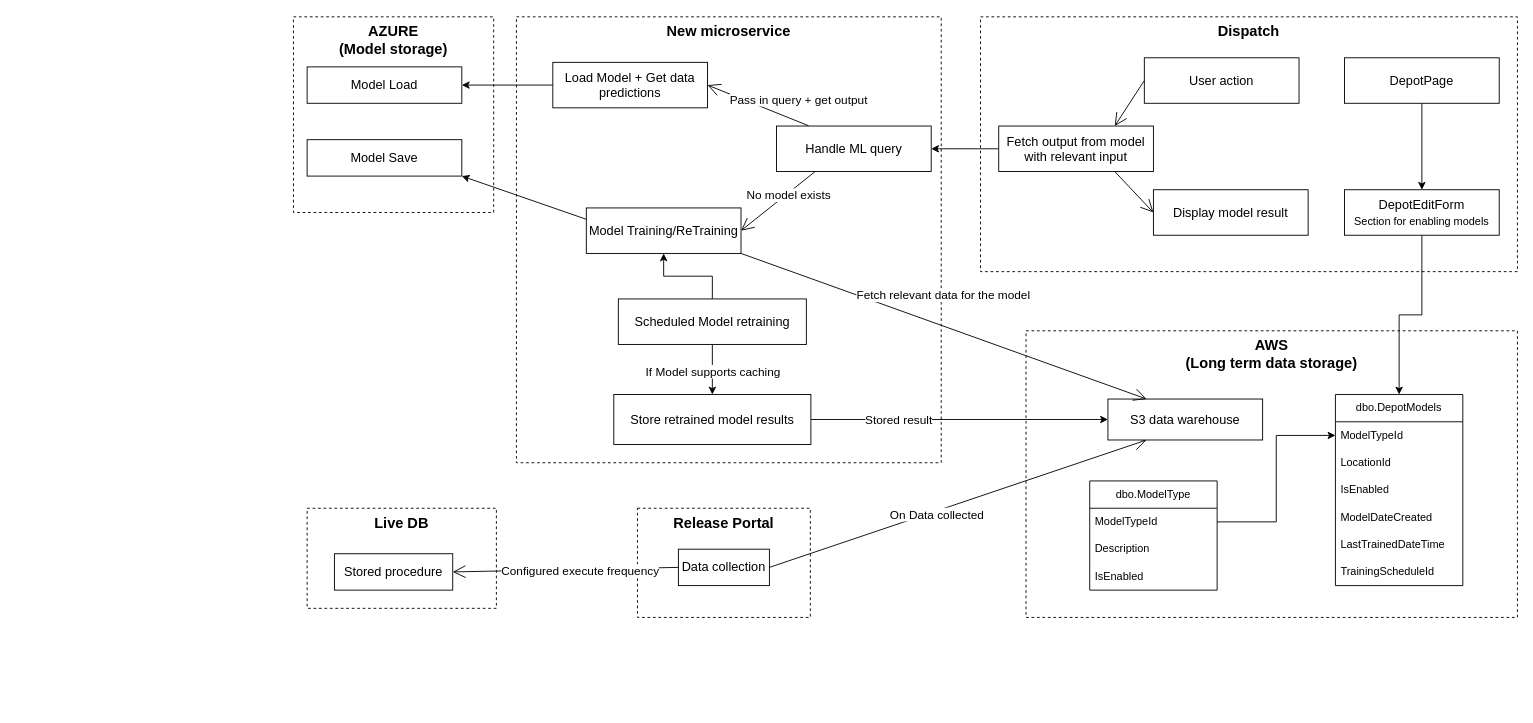
Above: ML model workflow.drawio in gbates-e2open/drawioFiles (draw.io), before the change. Source tidied: cells renumbered, new cells numbered last; positions are measured from the earlier drawing's top-left corner, leaving out a move shared by most shapes. Both pictures are drawn from the tidied source at 91%, with x=0, y=0 at pixel (293, 16).
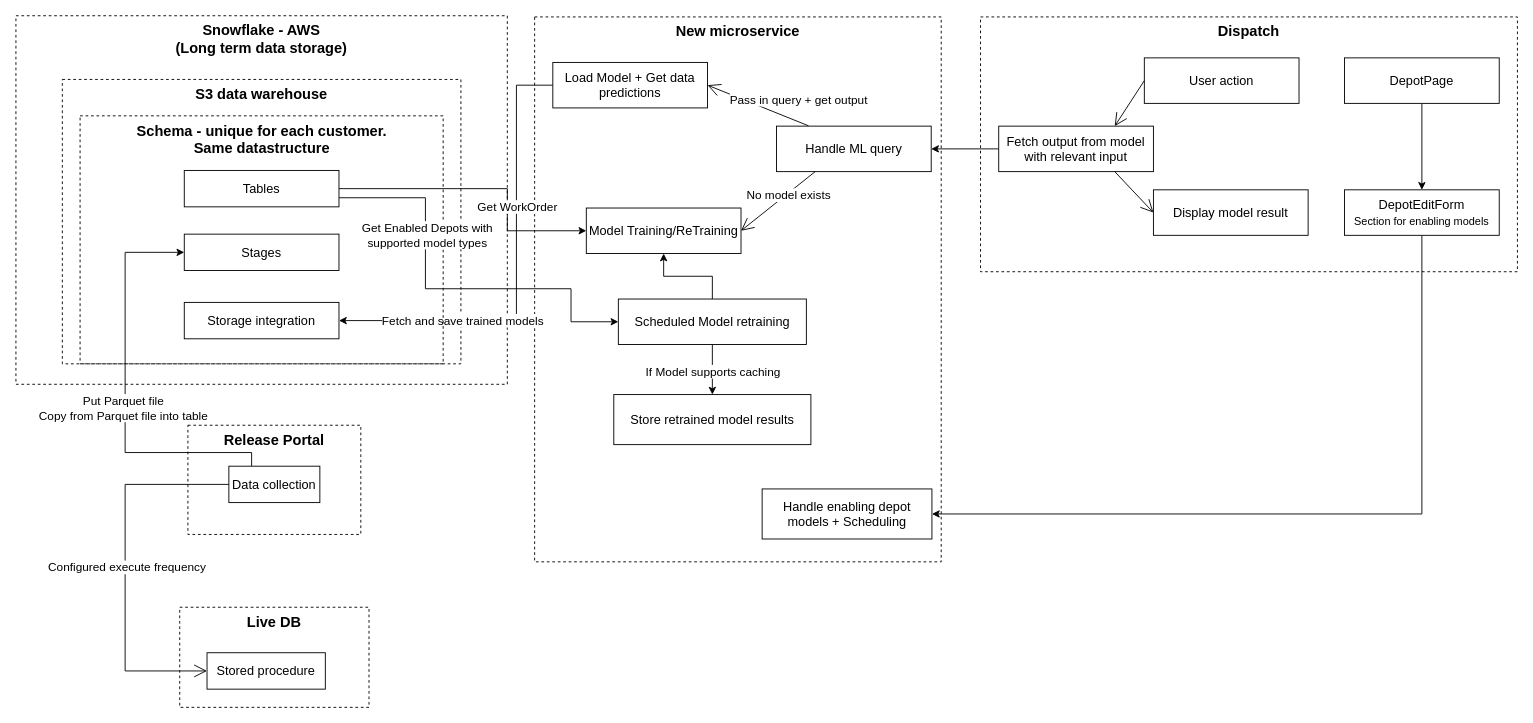
The same page after the edit.

Change to the diagram source:
```diff
@@
     <mxCell id="2" value="&lt;font style=&quot;font-size: 16px;&quot;&gt;&lt;b&gt;New microservice&lt;/b&gt;&lt;/font&gt;" style="html=1;whiteSpace=wrap;dashed=1;gradientColor=default;fillColor=none;labelPosition=center;verticalLabelPosition=middle;align=center;verticalAlign=top;" parent="1" vertex="1">
-      <mxGeometry x="245" width="466.8" height="490" as="geometry" />
+      <mxGeometry x="265" y="0.1" width="446.8" height="598.8" as="geometry" />
     </mxCell>
     <mxCell id="3" value="&lt;span style=&quot;font-size: 16px;&quot;&gt;&lt;b&gt;Dispatch&lt;/b&gt;&lt;/span&gt;" style="html=1;whiteSpace=wrap;dashed=1;gradientColor=default;fillColor=none;labelPosition=center;verticalLabelPosition=middle;align=center;verticalAlign=top;" parent="1" vertex="1">
-      <mxGeometry x="755" width="590" height="280" as="geometry" />
+      <mxGeometry x="755" y="0.1" width="590" height="280" as="geometry" />
     </mxCell>
     <mxCell id="4" value="&lt;font style=&quot;font-size: 16px;&quot;&gt;&lt;b&gt;Release Portal&lt;/b&gt;&lt;/font&gt;" style="html=1;whiteSpace=wrap;dashed=1;gradientColor=default;fillColor=none;labelPosition=center;verticalLabelPosition=middle;align=center;verticalAlign=top;" parent="1" vertex="1">
-      <mxGeometry x="378" y="540" width="190" height="120" as="geometry" />
+      <mxGeometry x="-116" y="448.8" width="190" height="120" as="geometry" />
     </mxCell>
+    <mxCell id="57" style="edgeStyle=orthogonalEdgeStyle;rounded=0;jettySize=auto;html=1;exitX=0.25;exitY=0;exitDx=0;exitDy=0;entryX=0;entryY=0.5;entryDx=0;entryDy=0;" parent="1" edge="1" source="5" target="68">
+      <mxGeometry relative="1" as="geometry">
+        <Array as="points">
+          <mxPoint x="-46" y="478.8" />
+          <mxPoint x="-185" y="478.8" />
+          <mxPoint x="-185" y="258.8" />
+        </Array>
+      </mxGeometry>
+    </mxCell>
+    <mxCell id="58" value="&lt;font style=&quot;font-size: 13px;&quot;&gt;Put Parquet file&lt;/font&gt;&lt;div&gt;&lt;font style=&quot;font-size: 13px;&quot;&gt;Copy from Parquet file into table&lt;/font&gt;&lt;/div&gt;" style="edgeLabel;html=1;align=center;verticalAlign=middle;" parent="57" vertex="1">
+      <mxGeometry x="-0.08" y="3" relative="1" as="geometry">
+        <mxPoint y="-1" as="offset" />
+      </mxGeometry>
+    </mxCell>
     <mxCell id="5" value="Data collection" style="whiteSpace=wrap;html=1;align=center;fontSize=14;" parent="1" vertex="1">
-      <mxGeometry x="423" y="585" width="100" height="40" as="geometry" />
+      <mxGeometry x="-71" y="493.8" width="100" height="40" as="geometry" />
     </mxCell>
     <mxCell id="6" value="&lt;span style=&quot;font-size: 16px;&quot;&gt;&lt;b&gt;Live DB&lt;/b&gt;&lt;/span&gt;" style="html=1;whiteSpace=wrap;dashed=1;gradientColor=default;fillColor=none;labelPosition=center;verticalLabelPosition=middle;align=center;verticalAlign=top;" parent="1" vertex="1">
-      <mxGeometry x="15" y="540" width="208" height="110" as="geometry" />
+      <mxGeometry x="-125" y="648.8" width="208" height="110" as="geometry" />
     </mxCell>
     <mxCell id="7" value="Stored procedure" style="whiteSpace=wrap;html=1;align=center;fontSize=14;" parent="1" vertex="1">
-      <mxGeometry x="45" y="590" width="130" height="40" as="geometry" />
+      <mxGeometry x="-95" y="698.8" width="130" height="40" as="geometry" />
     </mxCell>
-    <mxCell id="8" style="endArrow=open;endFill=1;endSize=12;html=1;rounded=0;exitX=0;exitY=0.5;exitDx=0;exitDy=0;entryX=1;entryY=0.5;entryDx=0;entryDy=0;" parent="1" edge="1" source="5" target="7">
-      <mxGeometry relative="1" as="geometry" />
+    <mxCell id="8" style="endArrow=open;endFill=1;endSize=12;html=1;rounded=0;entryX=0;entryY=0.5;entryDx=0;entryDy=0;" parent="1" edge="1" target="7">
+      <mxGeometry relative="1" as="geometry">
+        <mxPoint x="-71" y="513.8" as="sourcePoint" />
+        <Array as="points">
+          <mxPoint x="-185" y="513.8" />
+          <mxPoint x="-185" y="718.8" />
+        </Array>
+      </mxGeometry>
     </mxCell>
     <mxCell id="9" value="Configured execute frequency" style="edgeLabel;html=1;align=center;verticalAlign=middle;fontSize=13;" parent="8" vertex="1">
-      <mxGeometry x="-0.12" y="1" relative="1" as="geometry" />
+      <mxGeometry x="-0.12" y="1" relative="1" as="geometry">
+        <mxPoint y="25" as="offset" />
+      </mxGeometry>
     </mxCell>
-    <mxCell id="10" value="&lt;span style=&quot;font-size: 16px;&quot;&gt;&lt;b&gt;AWS&lt;br&gt;(Long term data storage)&lt;/b&gt;&lt;/span&gt;" style="html=1;whiteSpace=wrap;dashed=1;gradientColor=default;fillColor=none;labelPosition=center;verticalLabelPosition=middle;align=center;verticalAlign=top;" parent="1" vertex="1">
-      <mxGeometry x="805" y="345" width="540" height="315" as="geometry" />
+    <mxCell id="10" value="&lt;span style=&quot;font-size: 16px;&quot;&gt;&lt;b&gt;Snowflake - AWS&lt;br&gt;(Long term data storage)&lt;/b&gt;&lt;/span&gt;" style="html=1;whiteSpace=wrap;dashed=1;gradientColor=default;fillColor=none;labelPosition=center;verticalLabelPosition=middle;align=center;verticalAlign=top;" parent="1" vertex="1">
+      <mxGeometry x="-305" y="-1.2" width="540" height="405" as="geometry" />
     </mxCell>
-    <mxCell id="11" style="endArrow=open;endFill=1;endSize=12;html=1;rounded=0;exitX=1;exitY=0.5;exitDx=0;exitDy=0;entryX=0.25;entryY=1;entryDx=0;entryDy=0;" parent="1" edge="1" source="5" target="13">
-      <mxGeometry relative="1" as="geometry" />
-    </mxCell>
-    <mxCell id="12" value="On Data collected" style="edgeLabel;html=1;align=center;verticalAlign=middle;fontSize=13;" parent="11" vertex="1">
-      <mxGeometry x="-0.12" y="-3" relative="1" as="geometry" />
-    </mxCell>
-    <mxCell id="13" value="S3 data warehouse" style="whiteSpace=wrap;html=1;align=center;fontSize=14;" parent="1" vertex="1">
-      <mxGeometry x="895" y="420" width="170" height="45" as="geometry" />
+    <mxCell id="13" value="S3 data warehouse" style="whiteSpace=wrap;html=1;align=center;fontSize=16;dashed=1;fillColor=none;verticalAlign=top;fontStyle=1;" parent="1" vertex="1">
+      <mxGeometry x="-254" y="68.8" width="438" height="312.5" as="geometry" />
     </mxCell>
-    <mxCell id="14" style="rounded=0;jettySize=auto;html=1;exitX=0;exitY=0.25;exitDx=0;exitDy=0;entryX=1;entryY=1;entryDx=0;entryDy=0;" parent="1" edge="1" source="15" target="32">
-      <mxGeometry relative="1" as="geometry" />
-    </mxCell>
     <mxCell id="15" value="Model Training/ReTraining" style="whiteSpace=wrap;html=1;align=center;fontSize=14;" parent="1" vertex="1">
-      <mxGeometry x="321.8" y="210" width="170" height="50" as="geometry" />
+      <mxGeometry x="321.8" y="210.1" width="170" height="50" as="geometry" />
     </mxCell>
-    <mxCell id="16" style="endArrow=open;endFill=1;endSize=12;html=1;rounded=0;exitX=1;exitY=1;exitDx=0;exitDy=0;entryX=0.25;entryY=0;entryDx=0;entryDy=0;" parent="1" edge="1" source="15" target="13">
-      <mxGeometry relative="1" as="geometry" />
-    </mxCell>
-    <mxCell id="17" value="Fetch relevant data for the model" style="edgeLabel;html=1;align=center;verticalAlign=middle;fontSize=13;" parent="16" vertex="1">
-      <mxGeometry x="-0.12" y="-3" relative="1" as="geometry">
-        <mxPoint x="27" y="-28" as="offset" />
-      </mxGeometry>
-    </mxCell>
@@
     <mxCell id="19" value="Fetch output from model&lt;div&gt;with relevant input&lt;/div&gt;" style="whiteSpace=wrap;html=1;align=center;fontSize=14;" parent="1" vertex="1">
-      <mxGeometry x="775" y="120" width="170" height="50" as="geometry" />
+      <mxGeometry x="775" y="120.1" width="170" height="50" as="geometry" />
     </mxCell>
     <mxCell id="20" value="Handle ML query" style="whiteSpace=wrap;html=1;align=center;fontSize=14;" parent="1" vertex="1">
-      <mxGeometry x="530.8" y="120" width="170" height="50" as="geometry" />
+      <mxGeometry x="530.8" y="120.1" width="170" height="50" as="geometry" />
     </mxCell>
@@
-    <mxCell id="23" style="edgeStyle=orthogonalEdgeStyle;rounded=0;jettySize=auto;html=1;exitX=0;exitY=0.5;exitDx=0;exitDy=0;entryX=1;entryY=0.5;entryDx=0;entryDy=0;" parent="1" edge="1" source="24" target="33">
-      <mxGeometry relative="1" as="geometry" />
-    </mxCell>
+    <mxCell id="59" style="edgeStyle=orthogonalEdgeStyle;rounded=0;jettySize=auto;html=1;exitX=0;exitY=0.5;exitDx=0;exitDy=0;entryX=1;entryY=0.5;entryDx=0;entryDy=0;" parent="1" edge="1" source="24" target="69">
+      <mxGeometry relative="1" as="geometry">
+        <Array as="points">
+          <mxPoint x="245" y="74.8" />
+          <mxPoint x="245" y="333.8" />
+        </Array>
+      </mxGeometry>
+    </mxCell>
+    <mxCell id="60" value="&lt;font style=&quot;font-size: 13px;&quot;&gt;Fetch and save trained models&lt;/font&gt;" style="edgeLabel;html=1;align=center;verticalAlign=middle;" parent="59" vertex="1">
+      <mxGeometry x="0.06" relative="1" as="geometry">
+        <mxPoint x="-60" y="36" as="offset" />
+      </mxGeometry>
+    </mxCell>
     <mxCell id="24" value="Load Model + Get data predictions" style="whiteSpace=wrap;html=1;align=center;fontSize=14;" parent="1" vertex="1">
-      <mxGeometry x="285" y="50" width="170" height="50" as="geometry" />
+      <mxGeometry x="285" y="50.1" width="170" height="50" as="geometry" />
     </mxCell>
@@
     <mxCell id="27" value="User action" style="whiteSpace=wrap;html=1;align=center;fontSize=14;" parent="1" vertex="1">
-      <mxGeometry x="935" y="45" width="170" height="50" as="geometry" />
+      <mxGeometry x="935" y="45.1" width="170" height="50" as="geometry" />
     </mxCell>
@@
     <mxCell id="29" value="Display model result" style="whiteSpace=wrap;html=1;align=center;fontSize=14;" parent="1" vertex="1">
-      <mxGeometry x="945" y="190" width="170" height="50" as="geometry" />
+      <mxGeometry x="945" y="190.1" width="170" height="50" as="geometry" />
     </mxCell>
@@
-    <mxCell id="31" value="&lt;span style=&quot;font-size: 16px;&quot;&gt;&lt;b&gt;AZURE&lt;br&gt;(Model storage)&lt;/b&gt;&lt;/span&gt;" style="html=1;whiteSpace=wrap;dashed=1;gradientColor=default;fillColor=none;labelPosition=center;verticalLabelPosition=middle;align=center;verticalAlign=top;" parent="1" vertex="1">
-      <mxGeometry width="220" height="215" as="geometry" />
-    </mxCell>
-    <mxCell id="32" value="Model Save" style="whiteSpace=wrap;html=1;align=center;fontSize=14;" parent="1" vertex="1">
-      <mxGeometry x="15" y="135" width="170" height="40" as="geometry" />
-    </mxCell>
-    <mxCell id="33" value="Model Load" style="whiteSpace=wrap;html=1;align=center;fontSize=14;" parent="1" vertex="1">
-      <mxGeometry x="15" y="55" width="170" height="40" as="geometry" />
-    </mxCell>
-    <mxCell id="34" value="dbo.ModelType" style="swimlane;fontStyle=0;horizontal=1;startSize=30;whiteSpace=wrap;html=1;" parent="1" vertex="1">
-      <mxGeometry x="875" y="510" width="140" height="120" as="geometry" />
-    </mxCell>
-    <mxCell id="35" value="ModelTypeId" style="text;strokeColor=none;fillColor=none;align=left;verticalAlign=middle;spacingLeft=4;spacingRight=4;overflow=hidden;points=[[0,0.5],[1,0.5]];portConstraint=eastwest;whiteSpace=wrap;html=1;" parent="34" vertex="1">
-      <mxGeometry y="30" width="140" height="30" as="geometry" />
-    </mxCell>
-    <mxCell id="36" value="Description" style="text;strokeColor=none;fillColor=none;align=left;verticalAlign=middle;spacingLeft=4;spacingRight=4;overflow=hidden;whiteSpace=wrap;html=1;" parent="34" vertex="1">
-      <mxGeometry y="60" width="140" height="30" as="geometry" />
-    </mxCell>
-    <mxCell id="37" value="IsEnabled" style="text;strokeColor=none;fillColor=none;align=left;verticalAlign=middle;spacingLeft=4;spacingRight=4;overflow=hidden;whiteSpace=wrap;html=1;" parent="34" vertex="1">
-      <mxGeometry y="90" width="140" height="30" as="geometry" />
-    </mxCell>
-    <mxCell id="38" value="dbo.DepotModels" style="swimlane;fontStyle=0;horizontal=1;startSize=30;whiteSpace=wrap;html=1;" parent="1" vertex="1">
-      <mxGeometry x="1145" y="415" width="140" height="210" as="geometry" />
-    </mxCell>
-    <mxCell id="39" value="ModelTypeId" style="text;strokeColor=none;fillColor=none;align=left;verticalAlign=middle;spacingLeft=4;spacingRight=4;overflow=hidden;points=[[0,0.5],[1,0.5]];portConstraint=eastwest;whiteSpace=wrap;html=1;" parent="38" vertex="1">
-      <mxGeometry y="30" width="140" height="30" as="geometry" />
-    </mxCell>
-    <mxCell id="40" value="LocationId" style="text;strokeColor=none;fillColor=none;align=left;verticalAlign=middle;spacingLeft=4;spacingRight=4;overflow=hidden;whiteSpace=wrap;html=1;" parent="38" vertex="1">
-      <mxGeometry y="60" width="140" height="30" as="geometry" />
-    </mxCell>
-    <mxCell id="41" value="IsEnabled" style="text;strokeColor=none;fillColor=none;align=left;verticalAlign=middle;spacingLeft=4;spacingRight=4;overflow=hidden;whiteSpace=wrap;html=1;" parent="38" vertex="1">
-      <mxGeometry y="90" width="140" height="30" as="geometry" />
-    </mxCell>
-    <mxCell id="42" value="ModelDateCreated" style="text;strokeColor=none;fillColor=none;align=left;verticalAlign=middle;spacingLeft=4;spacingRight=4;overflow=hidden;whiteSpace=wrap;html=1;" parent="38" vertex="1">
-      <mxGeometry y="120" width="140" height="30" as="geometry" />
-    </mxCell>
-    <mxCell id="43" value="LastTrainedDateTime" style="text;strokeColor=none;fillColor=none;align=left;verticalAlign=middle;spacingLeft=4;spacingRight=4;overflow=hidden;whiteSpace=wrap;html=1;" parent="38" vertex="1">
-      <mxGeometry y="150" width="140" height="30" as="geometry" />
-    </mxCell>
-    <mxCell id="44" value="TrainingScheduleId" style="text;strokeColor=none;fillColor=none;align=left;verticalAlign=middle;spacingLeft=4;spacingRight=4;overflow=hidden;whiteSpace=wrap;html=1;" parent="38" vertex="1">
-      <mxGeometry y="180" width="140" height="30" as="geometry" />
-    </mxCell>
-    <mxCell id="45" style="edgeStyle=orthogonalEdgeStyle;rounded=0;jettySize=auto;html=1;exitX=1;exitY=0.5;exitDx=0;exitDy=0;entryX=0;entryY=0.5;entryDx=0;entryDy=0;" parent="1" edge="1" source="35" target="39">
-      <mxGeometry relative="1" as="geometry" />
-    </mxCell>
@@
     <mxCell id="47" value="DepotPage" style="whiteSpace=wrap;html=1;align=center;fontSize=14;" parent="1" vertex="1">
-      <mxGeometry x="1155" y="45" width="170" height="50" as="geometry" />
+      <mxGeometry x="1155" y="45.1" width="170" height="50" as="geometry" />
     </mxCell>
-    <mxCell id="48" style="edgeStyle=orthogonalEdgeStyle;rounded=0;jettySize=auto;html=1;exitX=0.5;exitY=1;exitDx=0;exitDy=0;entryX=0.5;entryY=0;entryDx=0;entryDy=0;" parent="1" edge="1" source="49" target="38">
-      <mxGeometry relative="1" as="geometry" />
-    </mxCell>
+    <mxCell id="61" style="edgeStyle=orthogonalEdgeStyle;rounded=0;jettySize=auto;html=1;exitX=0.5;exitY=1;exitDx=0;exitDy=0;entryX=1;entryY=0.5;entryDx=0;entryDy=0;" parent="1" edge="1" source="49" target="70">
+      <mxGeometry relative="1" as="geometry" />
+    </mxCell>
     <mxCell id="49" value="DepotEditForm&lt;div&gt;&lt;font style=&quot;font-size: 12px;&quot;&gt;Section for enabling models&lt;/font&gt;&lt;/div&gt;" style="whiteSpace=wrap;html=1;align=center;fontSize=14;" parent="1" vertex="1">
-      <mxGeometry x="1155" y="190" width="170" height="50" as="geometry" />
+      <mxGeometry x="1155" y="190.1" width="170" height="50" as="geometry" />
     </mxCell>
@@
     <mxCell id="53" value="Scheduled Model retraining" style="whiteSpace=wrap;html=1;align=center;fontSize=14;" parent="1" vertex="1">
-      <mxGeometry x="357" y="310" width="206.6" height="50" as="geometry" />
+      <mxGeometry x="357" y="310.1" width="206.6" height="50" as="geometry" />
     </mxCell>
-    <mxCell id="54" style="edgeStyle=orthogonalEdgeStyle;rounded=0;jettySize=auto;html=1;exitX=1;exitY=0.5;exitDx=0;exitDy=0;" parent="1" edge="1" source="56" target="13">
-      <mxGeometry relative="1" as="geometry" />
-    </mxCell>
-    <mxCell id="55" value="Stored result" style="edgeLabel;html=1;align=center;verticalAlign=middle;fontSize=13;" parent="54" vertex="1">
-      <mxGeometry x="-0.62" y="7" relative="1" as="geometry">
-        <mxPoint x="34" y="7" as="offset" />
-      </mxGeometry>
-    </mxCell>
     <mxCell id="56" value="Store retrained model results" style="whiteSpace=wrap;html=1;align=center;fontSize=14;" parent="1" vertex="1">
-      <mxGeometry x="352" y="415" width="216.6" height="55" as="geometry" />
+      <mxGeometry x="352" y="415.1" width="216.6" height="55" as="geometry" />
     </mxCell>
+    <mxCell id="62" value="Schema - unique for each customer.&lt;br&gt;Same datastructure" style="whiteSpace=wrap;html=1;align=center;fontSize=16;dashed=1;fillColor=none;verticalAlign=top;fontStyle=1;" parent="1" vertex="1">
+      <mxGeometry x="-234.5" y="108.8" width="399" height="272.5" as="geometry" />
+    </mxCell>
+    <mxCell id="63" style="edgeStyle=orthogonalEdgeStyle;rounded=0;jettySize=auto;html=1;exitX=1;exitY=0.5;exitDx=0;exitDy=0;entryX=0;entryY=0.5;entryDx=0;entryDy=0;" parent="1" edge="1" source="67" target="15">
+      <mxGeometry relative="1" as="geometry">
+        <Array as="points">
+          <mxPoint x="235" y="188.8" />
+          <mxPoint x="235" y="234.8" />
+        </Array>
+      </mxGeometry>
+    </mxCell>
+    <mxCell id="64" value="&lt;font style=&quot;font-size: 13px;&quot;&gt;Get WorkOrder&lt;/font&gt;" style="edgeLabel;html=1;align=center;verticalAlign=middle;" parent="63" vertex="1">
+      <mxGeometry x="-0.47" y="1" relative="1" as="geometry">
+        <mxPoint x="111" y="21" as="offset" />
+      </mxGeometry>
+    </mxCell>
+    <mxCell id="65" style="edgeStyle=orthogonalEdgeStyle;rounded=0;jettySize=auto;html=1;exitX=1;exitY=0.75;exitDx=0;exitDy=0;entryX=0;entryY=0.5;entryDx=0;entryDy=0;" parent="1" edge="1" source="67" target="53">
+      <mxGeometry relative="1" as="geometry">
+        <Array as="points">
+          <mxPoint x="145" y="198.8" />
+          <mxPoint x="145" y="298.8" />
+          <mxPoint x="305" y="298.8" />
+          <mxPoint x="305" y="334.8" />
+        </Array>
+      </mxGeometry>
+    </mxCell>
+    <mxCell id="66" value="&lt;font style=&quot;font-size: 13px;&quot;&gt;Get Enabled Depots with&lt;/font&gt;&lt;div&gt;&lt;font style=&quot;font-size: 13px;&quot;&gt;supported model types&lt;/font&gt;&lt;/div&gt;" style="edgeLabel;html=1;align=center;verticalAlign=middle;" parent="65" vertex="1">
+      <mxGeometry x="0.18" relative="1" as="geometry">
+        <mxPoint x="-66" y="-59" as="offset" />
+      </mxGeometry>
+    </mxCell>
+    <mxCell id="67" value="Tables" style="whiteSpace=wrap;html=1;align=center;fontSize=14;" parent="1" vertex="1">
+      <mxGeometry x="-120" y="168.8" width="170" height="40" as="geometry" />
+    </mxCell>
+    <mxCell id="68" value="Stages" style="whiteSpace=wrap;html=1;align=center;fontSize=14;" parent="1" vertex="1">
+      <mxGeometry x="-120" y="238.8" width="170" height="40" as="geometry" />
+    </mxCell>
+    <mxCell id="69" value="Storage integration" style="whiteSpace=wrap;html=1;align=center;fontSize=14;" parent="1" vertex="1">
+      <mxGeometry x="-120" y="313.8" width="170" height="40" as="geometry" />
+    </mxCell>
+    <mxCell id="70" value="Handle enabling depot models + Scheduling" style="whiteSpace=wrap;html=1;align=center;fontSize=14;" parent="1" vertex="1">
+      <mxGeometry x="515" y="518.8" width="186.6" height="55" as="geometry" />
+    </mxCell>
```
